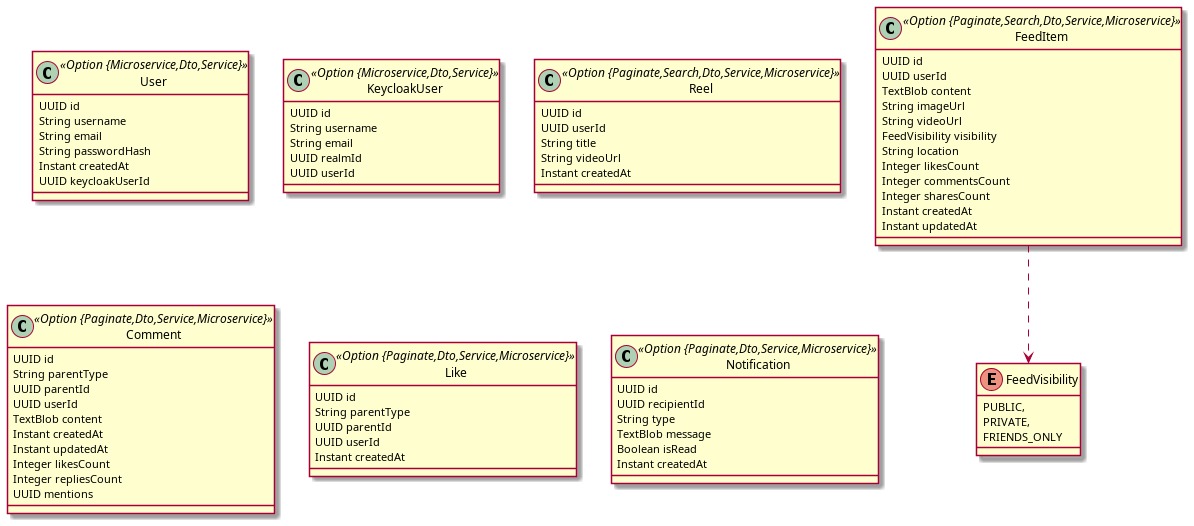
The PlantUML diagram docs/jdl/app.png in phungle2508/AppF4, before a commit.
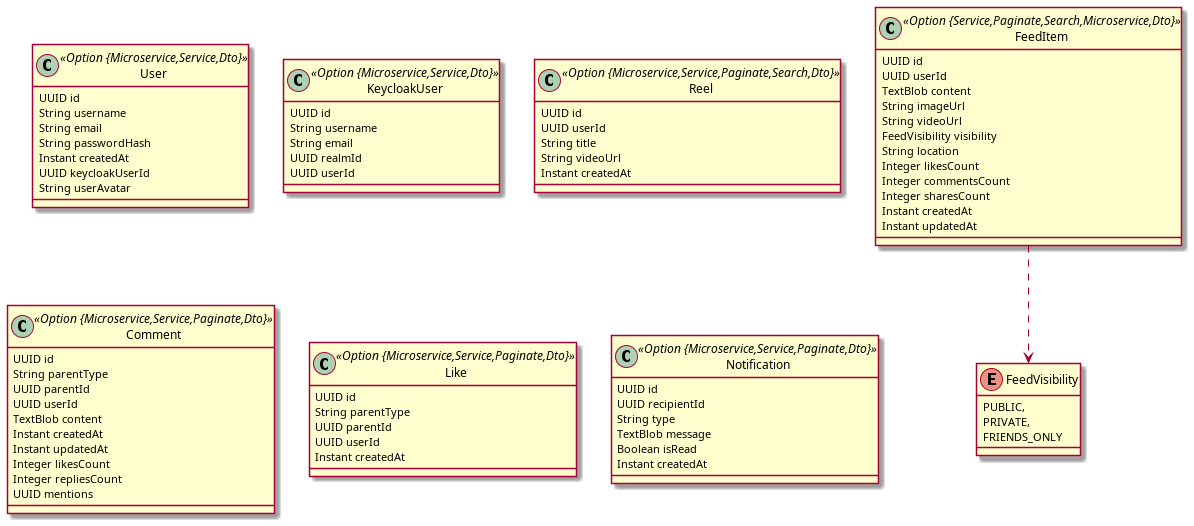
Later version of the same file.

Diff of the diagram source:
```diff
@@ -5,29 +5,30 @@
 		PRIVATE,
 		FRIENDS_ONLY
 	}
-	class User <<Option {Microservice,Dto,Service}>> {
+	class User <<Option {Microservice,Service,Dto}>> {
 		UUID id
 		String username
 		String email
 		String passwordHash
 		Instant createdAt
 		UUID keycloakUserId
+		String userAvatar
 	}
-	class KeycloakUser <<Option {Microservice,Dto,Service}>> {
+	class KeycloakUser <<Option {Microservice,Service,Dto}>> {
 		UUID id
 		String username
 		String email
 		UUID realmId
 		UUID userId
 	}
-	class Reel <<Option {Paginate,Search,Dto,Service,Microservice}>> {
+	class Reel <<Option {Microservice,Service,Paginate,Search,Dto}>> {
 		UUID id
 		UUID userId
 		String title
 		String videoUrl
 		Instant createdAt
 	}
-	class Comment <<Option {Paginate,Dto,Service,Microservice}>> {
+	class Comment <<Option {Microservice,Service,Paginate,Dto}>> {
 		UUID id
 		String parentType
 		UUID parentId
@@ -39,14 +40,14 @@
 		Integer repliesCount
 		UUID mentions
 	}
-	class Like <<Option {Paginate,Dto,Service,Microservice}>> {
+	class Like <<Option {Microservice,Service,Paginate,Dto}>> {
 		UUID id
 		String parentType
 		UUID parentId
 		UUID userId
 		Instant createdAt
 	}
-	class Notification <<Option {Paginate,Dto,Service,Microservice}>> {
+	class Notification <<Option {Microservice,Service,Paginate,Dto}>> {
 		UUID id
 		UUID recipientId
 		String type
@@ -54,7 +55,7 @@
 		Boolean isRead
 		Instant createdAt
 	}
-	class FeedItem <<Option {Paginate,Search,Dto,Service,Microservice}>> {
+	class FeedItem <<Option {Service,Paginate,Search,Microservice,Dto}>> {
 		UUID id
 		UUID userId
 		TextBlob content
```
